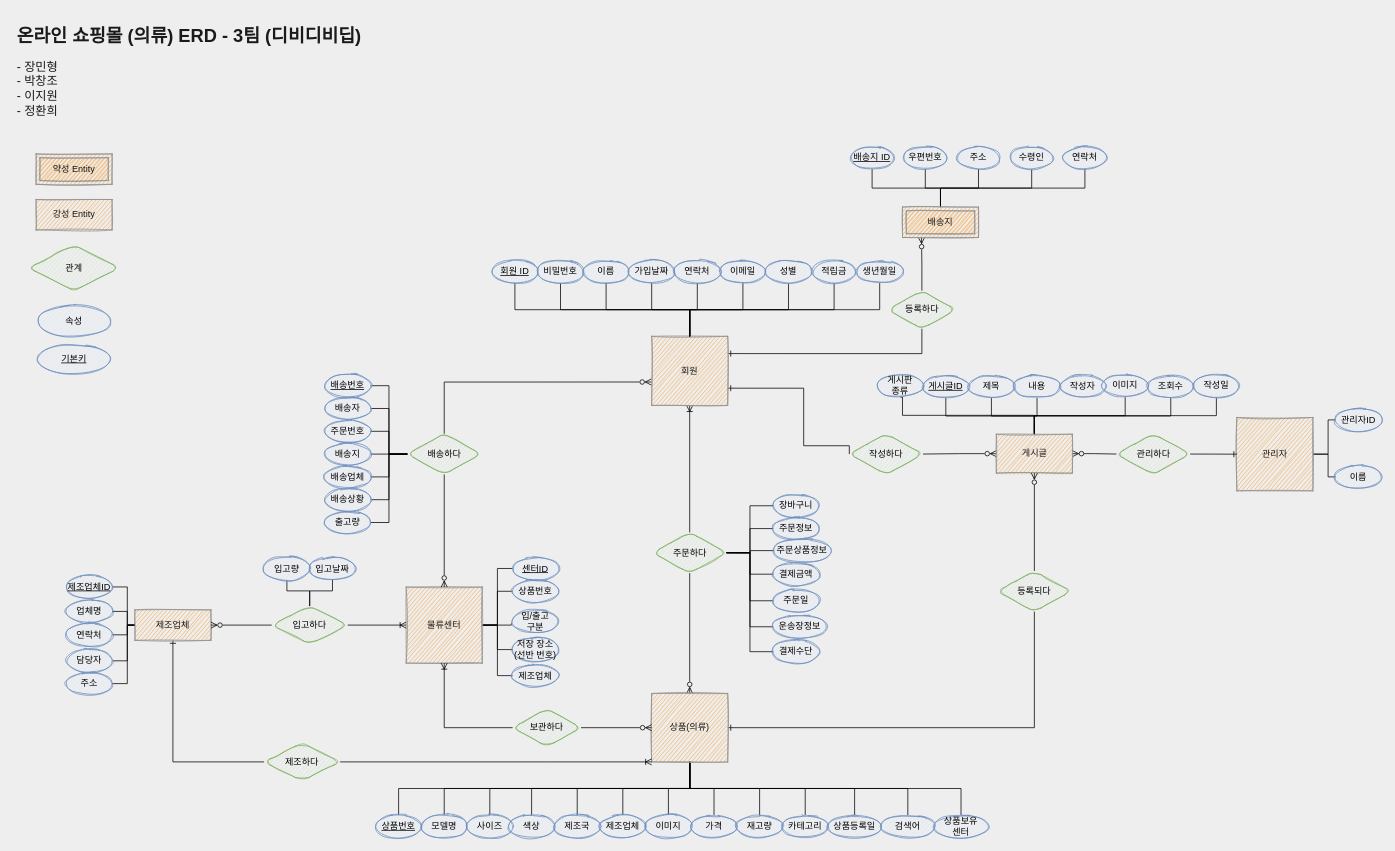
Above: page "새로만든ER" (3 of 3) of Untitled Diagram.drawio in pcjo1202/DataBase-design (draw.io), before the change. Source tidied: cells renumbered, new cells numbered last; positions are measured from the earlier drawing's top-left corner, leaving out a move shared by most shapes. Both pictures are drawn from the tidied source at 76%, with x=0, y=0 at pixel (13, 21).
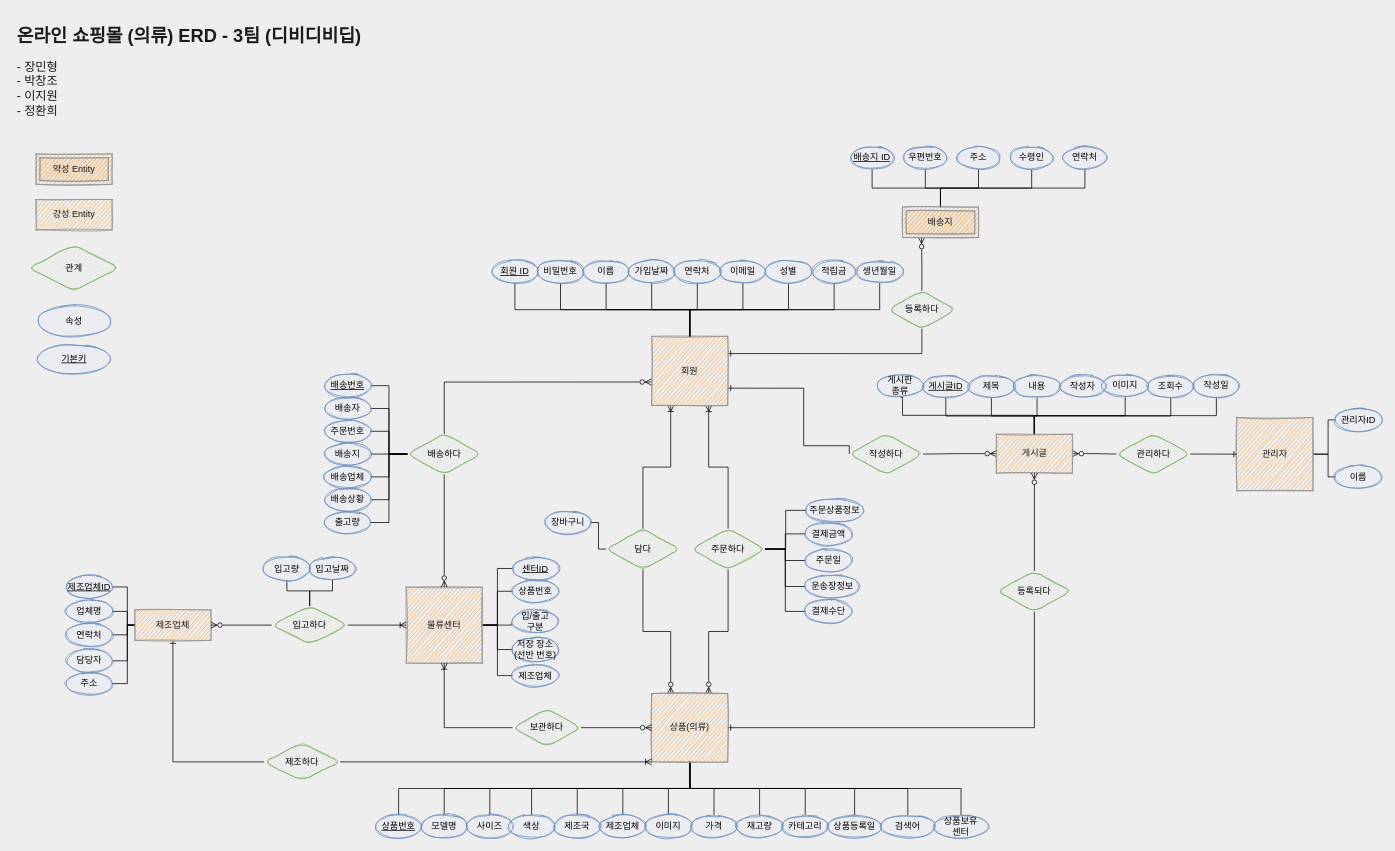
The same diagram, later.

Unchanged cells that the change refers to:
```xml
<mxCell id="29" value="회원" style="whiteSpace=wrap;html=1;align=center;rounded=0;sketch=1;fontColor=#1A1A1A;strokeColor=#909090;fillColor=#F5AB50;" parent="1" vertex="1">
  <mxGeometry x="840" y="415" width="100" height="91" as="geometry" />
</mxCell>
<mxCell id="44" value="상품(의류)" style="whiteSpace=wrap;html=1;align=center;rounded=0;sketch=1;fontColor=#1A1A1A;strokeColor=#909090;fillColor=#F5AB50;direction=west;" parent="1" vertex="1">
  <mxGeometry x="840" y="885" width="100" height="90" as="geometry" />
</mxCell>
```

Diff of the diagram source:
```diff
@@
-    <mxCell id="3" style="edgeStyle=orthogonalEdgeStyle;rounded=0;jettySize=auto;html=1;exitX=0.5;exitY=0;exitDx=0;exitDy=0;entryX=0.5;entryY=1;entryDx=0;entryDy=0;endArrow=ERoneToMany;endFill=0;" parent="1" edge="1" source="12" target="29">
+    <mxCell id="3" style="edgeStyle=orthogonalEdgeStyle;rounded=0;jettySize=auto;html=1;exitX=0.5;exitY=0;exitDx=0;exitDy=0;entryX=0.75;entryY=1;entryDx=0;entryDy=0;endArrow=ERoneToMany;endFill=0;" parent="1" edge="1" source="12" target="29">
       <mxGeometry relative="1" as="geometry" />
     </mxCell>
-    <mxCell id="4" style="edgeStyle=orthogonalEdgeStyle;rounded=0;jettySize=auto;html=1;exitX=0.5;exitY=1;exitDx=0;exitDy=0;endArrow=ERzeroToMany;endFill=0;" parent="1" edge="1" source="12" target="44">
+    <mxCell id="4" style="edgeStyle=orthogonalEdgeStyle;rounded=0;jettySize=auto;html=1;exitX=0.5;exitY=1;exitDx=0;exitDy=0;endArrow=ERzeroToMany;endFill=0;entryX=0.25;entryY=1;entryDx=0;entryDy=0;" parent="1" edge="1" source="12" target="44">
       <mxGeometry relative="1" as="geometry" />
     </mxCell>
-    <mxCell id="5" style="edgeStyle=orthogonalEdgeStyle;rounded=0;jettySize=auto;html=1;exitX=1;exitY=0.5;exitDx=0;exitDy=0;entryX=0;entryY=0.5;entryDx=0;entryDy=0;endArrow=none;endFill=0;" parent="1" edge="1" source="12" target="168">
-      <mxGeometry relative="1" as="geometry" />
-    </mxCell>
-    <mxCell id="6" style="edgeStyle=orthogonalEdgeStyle;rounded=0;jettySize=auto;html=1;exitX=1;exitY=0.5;exitDx=0;exitDy=0;entryX=0;entryY=0.5;entryDx=0;entryDy=0;endArrow=none;endFill=0;" parent="1" edge="1" source="12" target="122">
-      <mxGeometry relative="1" as="geometry" />
-    </mxCell>
@@
     <mxCell id="12" value="주문하다" style="shape=rhombus;perimeter=rhombusPerimeter;whiteSpace=wrap;html=1;align=center;fillColor=#d5e8d4;strokeColor=#82b366;sketch=1;rounded=1;" parent="1" vertex="1">
-      <mxGeometry x="841.5" y="673" width="97" height="53.5" as="geometry" />
+      <mxGeometry x="892" y="668.2" width="97" height="53.5" as="geometry" />
     </mxCell>
@@
+    <mxCell id="169" style="edgeStyle=orthogonalEdgeStyle;rounded=0;jettySize=auto;html=1;exitX=0.25;exitY=1;exitDx=0;exitDy=0;entryX=0.5;entryY=0;entryDx=0;entryDy=0;endArrow=none;endFill=0;startArrow=ERoneToMany;startFill=0;" parent="1" edge="1" source="29" target="172">
+      <mxGeometry relative="1" as="geometry" />
+    </mxCell>
@@
+    <mxCell id="170" style="edgeStyle=orthogonalEdgeStyle;rounded=0;jettySize=auto;html=1;exitX=0.75;exitY=1;exitDx=0;exitDy=0;entryX=0.5;entryY=1;entryDx=0;entryDy=0;endArrow=none;endFill=0;startArrow=ERzeroToMany;startFill=0;" parent="1" edge="1" source="44" target="172">
+      <mxGeometry relative="1" as="geometry" />
+    </mxCell>
@@
-    <mxCell id="122" value="주문정보" style="ellipse;whiteSpace=wrap;html=1;align=center;rounded=0;sketch=1;strokeColor=#6c8ebf;fillColor=#dae8fc;" parent="1" vertex="1">
-      <mxGeometry x="1000" y="653" width="60" height="30" as="geometry" />
-    </mxCell>
     <mxCell id="123" value="주문일" style="ellipse;whiteSpace=wrap;html=1;align=center;rounded=0;sketch=1;strokeColor=#6c8ebf;fillColor=#dae8fc;" parent="1" vertex="1">
-      <mxGeometry x="1000" y="748" width="60" height="30" as="geometry" />
+      <mxGeometry x="1042.5" y="695" width="60" height="30" as="geometry" />
     </mxCell>
     <mxCell id="124" value="결제금액" style="ellipse;whiteSpace=wrap;html=1;align=center;rounded=0;sketch=1;strokeColor=#6c8ebf;fillColor=#dae8fc;" parent="1" vertex="1">
-      <mxGeometry x="1000" y="713" width="60" height="30" as="geometry" />
+      <mxGeometry x="1042.5" y="660" width="60" height="30" as="geometry" />
     </mxCell>
     <mxCell id="125" value="운송장정보" style="ellipse;whiteSpace=wrap;html=1;align=center;rounded=0;sketch=1;strokeColor=#6c8ebf;fillColor=#dae8fc;" parent="1" vertex="1">
-      <mxGeometry x="1000" y="782.2" width="70" height="30" as="geometry" />
+      <mxGeometry x="1042.5" y="729.2" width="70" height="30" as="geometry" />
     </mxCell>
     <mxCell id="126" value="결제수단" style="ellipse;whiteSpace=wrap;html=1;align=center;rounded=0;sketch=1;strokeColor=#6c8ebf;fillColor=#dae8fc;" parent="1" vertex="1">
-      <mxGeometry x="1000" y="815" width="60" height="30" as="geometry" />
+      <mxGeometry x="1042.5" y="762" width="60" height="30" as="geometry" />
     </mxCell>
@@
     <mxCell id="161" value="주문상품정보" style="ellipse;whiteSpace=wrap;html=1;align=center;rounded=0;sketch=1;strokeColor=#6c8ebf;fillColor=#dae8fc;" parent="1" vertex="1">
-      <mxGeometry x="1001" y="682" width="74" height="30" as="geometry" />
+      <mxGeometry x="1043.5" y="629" width="74" height="30" as="geometry" />
     </mxCell>
@@
     <mxCell id="168" value="장바구니" style="ellipse;whiteSpace=wrap;html=1;align=center;rounded=0;sketch=1;strokeColor=#6c8ebf;fillColor=#dae8fc;" parent="1" vertex="1">
-      <mxGeometry x="1000" y="623" width="60" height="30" as="geometry" />
+      <mxGeometry x="700" y="645" width="60" height="30" as="geometry" />
     </mxCell>
+    <mxCell id="171" style="edgeStyle=orthogonalEdgeStyle;rounded=0;jettySize=auto;html=1;exitX=0;exitY=0.5;exitDx=0;exitDy=0;entryX=1;entryY=0.5;entryDx=0;entryDy=0;startArrow=none;startFill=0;endArrow=none;endFill=0;" parent="1" edge="1" source="172" target="168">
+      <mxGeometry relative="1" as="geometry">
+        <Array as="points">
+          <mxPoint x="770" y="695" />
+          <mxPoint x="770" y="660" />
+        </Array>
+      </mxGeometry>
+    </mxCell>
+    <mxCell id="172" value="담다" style="shape=rhombus;perimeter=rhombusPerimeter;whiteSpace=wrap;html=1;align=center;fillColor=#d5e8d4;strokeColor=#82b366;sketch=1;rounded=1;" parent="1" vertex="1">
+      <mxGeometry x="780" y="668.2" width="97" height="53.5" as="geometry" />
+    </mxCell>
```
